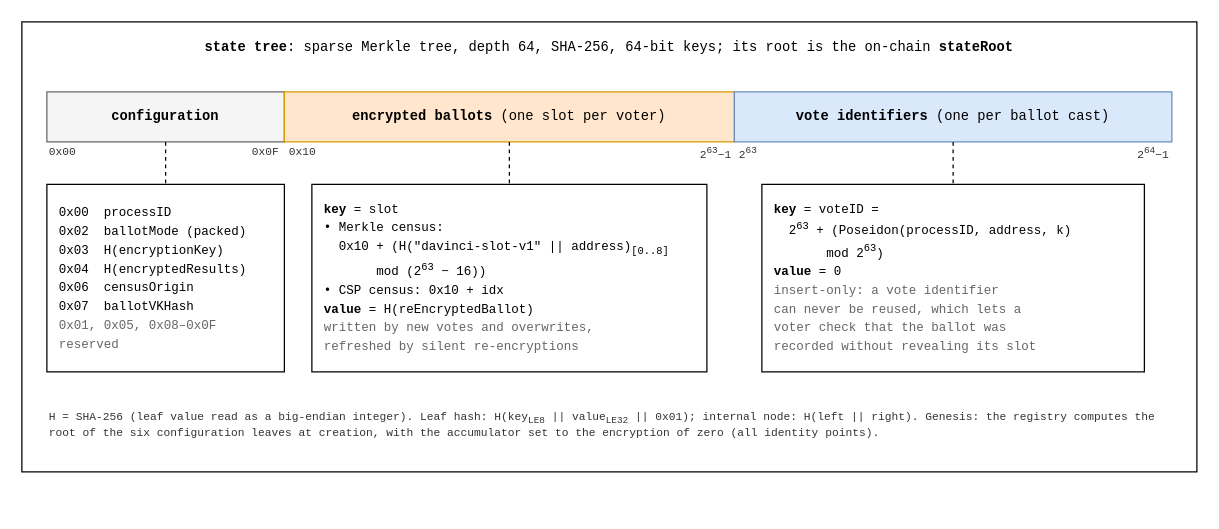
This is v2/figures/state-tree.drawio from vocdoni/davinci-paper, a draw.io file, before an edit. Source tidied: cells renumbered, new cells numbered last; positions are measured from the earlier drawing's top-left corner, leaving out a move shared by most shapes. Both pictures are drawn from the tidied source at 125%, with x=0, y=0 at pixel (21, 21).
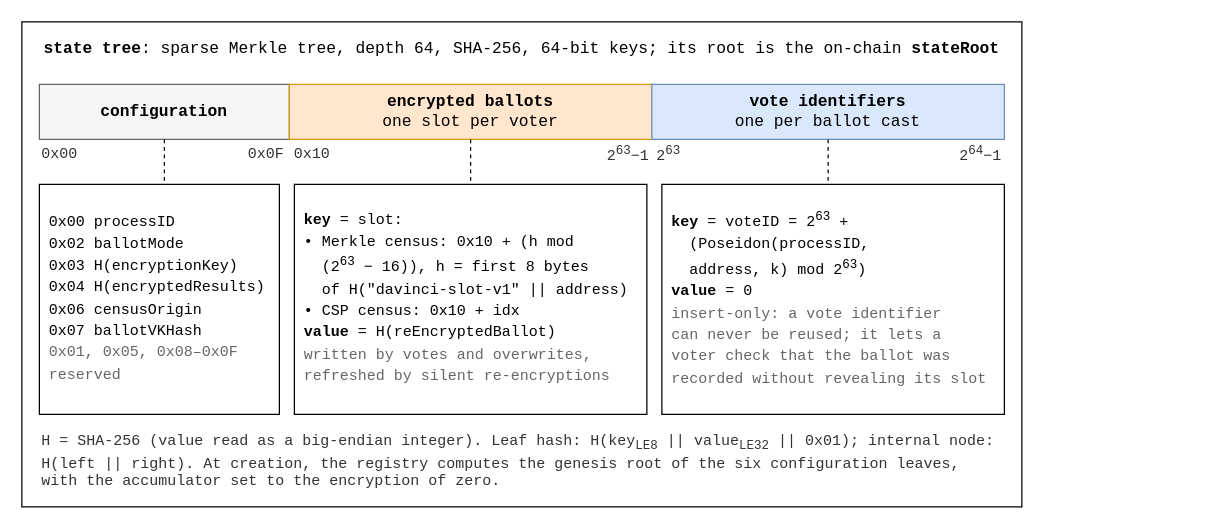
Above is the later version.

Change to the diagram source:
```diff
@@
 <mxGraphModel>
   <root>
     <mxCell id="0" />
     <mxCell id="1" parent="0" />
+    <mxCell id="19" style="rounded=0;whiteSpace=wrap;html=1;fontSize=11;fillColor=none;strokeColor=#000000;fontFamily=Courier New;verticalAlign=top;align=center;spacingTop=4;spacingLeft=6;fontStyle=1;" parent="1" vertex="1">
+      <mxGeometry width="800" height="388" as="geometry" />
+    </mxCell>
-    <mxCell id="2" style="rounded=0;whiteSpace=wrap;html=1;fontSize=11;fillColor=none;strokeColor=#000000;fontFamily=Courier New;verticalAlign=top;align=center;spacingTop=4;spacingLeft=6;fontStyle=1;" parent="1" vertex="1">
-      <mxGeometry width="940" height="360" as="geometry" />
+    <mxCell id="2" value="&lt;b&gt;state tree&lt;/b&gt;: sparse Merkle tree, depth 64, SHA-256, 64-bit keys; its root is the on-chain &lt;b&gt;stateRoot&lt;/b&gt;" style="text;html=1;whiteSpace=wrap;fontSize=13;fontFamily=Courier New;align=center;verticalAlign=middle;fontColor=#000000;" parent="1" vertex="1">
+      <mxGeometry x="14" y="8" width="772" height="26" as="geometry" />
     </mxCell>
-    <mxCell id="3" value="&lt;b&gt;state tree&lt;/b&gt;: sparse Merkle tree, depth 64, SHA-256, 64-bit keys; its root is the on-chain &lt;b&gt;stateRoot&lt;/b&gt;" style="text;html=1;whiteSpace=wrap;fontSize=11;fontFamily=Courier New;align=center;verticalAlign=middle;fontColor=#000000;" parent="1" vertex="1">
-      <mxGeometry x="20" y="10" width="900" height="22" as="geometry" />
+    <mxCell id="3" value="&lt;b&gt;configuration&lt;/b&gt;" style="rounded=0;whiteSpace=wrap;html=1;fontSize=13;fillColor=#f5f5f5;strokeColor=#666666;fontFamily=Courier New;align=center;verticalAlign=middle;" parent="1" vertex="1">
+      <mxGeometry x="14" y="50" width="200" height="44" as="geometry" />
     </mxCell>
-    <mxCell id="4" value="&lt;b&gt;configuration&lt;/b&gt;" style="rounded=0;whiteSpace=wrap;html=1;fontSize=11;fillColor=#f5f5f5;strokeColor=#666666;fontFamily=Courier New;align=center;verticalAlign=middle;" parent="1" vertex="1">
-      <mxGeometry x="20" y="56" width="190" height="40" as="geometry" />
+    <mxCell id="4" value="&lt;b&gt;encrypted ballots&lt;/b&gt;&lt;br&gt;one slot per voter" style="rounded=0;whiteSpace=wrap;html=1;fontSize=13;fillColor=#ffe6cc;strokeColor=#d79b00;fontFamily=Courier New;align=center;verticalAlign=middle;" parent="1" vertex="1">
+      <mxGeometry x="214" y="50" width="290" height="44" as="geometry" />
     </mxCell>
-    <mxCell id="5" value="&lt;b&gt;encrypted ballots&lt;/b&gt; (one slot per voter)" style="rounded=0;whiteSpace=wrap;html=1;fontSize=11;fillColor=#ffe6cc;strokeColor=#d79b00;fontFamily=Courier New;align=center;verticalAlign=middle;" parent="1" vertex="1">
-      <mxGeometry x="210" y="56" width="360" height="40" as="geometry" />
+    <mxCell id="5" value="&lt;b&gt;vote identifiers&lt;/b&gt;&lt;br&gt;one per ballot cast" style="rounded=0;whiteSpace=wrap;html=1;fontSize=13;fillColor=#dae8fc;strokeColor=#6c8ebf;fontFamily=Courier New;align=center;verticalAlign=middle;" parent="1" vertex="1">
+      <mxGeometry x="504" y="50" width="282" height="44" as="geometry" />
     </mxCell>
-    <mxCell id="6" value="&lt;b&gt;vote identifiers&lt;/b&gt; (one per ballot cast)" style="rounded=0;whiteSpace=wrap;html=1;fontSize=11;fillColor=#dae8fc;strokeColor=#6c8ebf;fontFamily=Courier New;align=center;verticalAlign=middle;" parent="1" vertex="1">
-      <mxGeometry x="570" y="56" width="350" height="40" as="geometry" />
+    <mxCell id="6" value="0x00" style="text;html=1;whiteSpace=wrap;fontSize=12;fontFamily=Courier New;align=left;verticalAlign=middle;fontColor=#333333;" parent="1" vertex="1">
+      <mxGeometry x="14" y="96" width="100" height="20" as="geometry" />
     </mxCell>
-    <mxCell id="7" value="0x00" style="text;html=1;whiteSpace=wrap;fontSize=9;fontFamily=Courier New;align=left;verticalAlign=middle;fontColor=#333333;" parent="1" vertex="1">
-      <mxGeometry x="20" y="96" width="100" height="18" as="geometry" />
+    <mxCell id="7" value="0x0F" style="text;html=1;whiteSpace=wrap;fontSize=12;fontFamily=Courier New;align=right;verticalAlign=middle;fontColor=#333333;" parent="1" vertex="1">
+      <mxGeometry x="112" y="96" width="100" height="20" as="geometry" />
     </mxCell>
-    <mxCell id="8" value="0x0F" style="text;html=1;whiteSpace=wrap;fontSize=9;fontFamily=Courier New;align=right;verticalAlign=middle;fontColor=#333333;" parent="1" vertex="1">
-      <mxGeometry x="108" y="96" width="100" height="18" as="geometry" />
+    <mxCell id="8" value="0x10" style="text;html=1;whiteSpace=wrap;fontSize=12;fontFamily=Courier New;align=left;verticalAlign=middle;fontColor=#333333;" parent="1" vertex="1">
+      <mxGeometry x="216" y="96" width="100" height="20" as="geometry" />
     </mxCell>
-    <mxCell id="9" value="0x10" style="text;html=1;whiteSpace=wrap;fontSize=9;fontFamily=Courier New;align=left;verticalAlign=middle;fontColor=#333333;" parent="1" vertex="1">
-      <mxGeometry x="212" y="96" width="100" height="18" as="geometry" />
+    <mxCell id="9" value="2&lt;sup&gt;63&lt;/sup&gt;&amp;minus;1" style="text;html=1;whiteSpace=wrap;fontSize=12;fontFamily=Courier New;align=right;verticalAlign=middle;fontColor=#333333;" parent="1" vertex="1">
+      <mxGeometry x="404" y="96" width="100" height="20" as="geometry" />
     </mxCell>
-    <mxCell id="10" value="2&lt;sup&gt;63&lt;/sup&gt;&amp;minus;1" style="text;html=1;whiteSpace=wrap;fontSize=9;fontFamily=Courier New;align=right;verticalAlign=middle;fontColor=#333333;" parent="1" vertex="1">
-      <mxGeometry x="470" y="96" width="100" height="18" as="geometry" />
+    <mxCell id="10" value="2&lt;sup&gt;63&lt;/sup&gt;" style="text;html=1;whiteSpace=wrap;fontSize=12;fontFamily=Courier New;align=left;verticalAlign=middle;fontColor=#333333;" parent="1" vertex="1">
+      <mxGeometry x="506" y="96" width="100" height="20" as="geometry" />
     </mxCell>
-    <mxCell id="11" value="2&lt;sup&gt;63&lt;/sup&gt;" style="text;html=1;whiteSpace=wrap;fontSize=9;fontFamily=Courier New;align=left;verticalAlign=middle;fontColor=#333333;" parent="1" vertex="1">
-      <mxGeometry x="572" y="96" width="100" height="18" as="geometry" />
+    <mxCell id="11" value="2&lt;sup&gt;64&lt;/sup&gt;&amp;minus;1" style="text;html=1;whiteSpace=wrap;fontSize=12;fontFamily=Courier New;align=right;verticalAlign=middle;fontColor=#333333;" parent="1" vertex="1">
+      <mxGeometry x="686" y="96" width="100" height="20" as="geometry" />
     </mxCell>
-    <mxCell id="12" value="2&lt;sup&gt;64&lt;/sup&gt;&amp;minus;1" style="text;html=1;whiteSpace=wrap;fontSize=9;fontFamily=Courier New;align=right;verticalAlign=middle;fontColor=#333333;" parent="1" vertex="1">
-      <mxGeometry x="820" y="96" width="100" height="18" as="geometry" />
+    <mxCell id="12" value="&lt;div style='text-align:left;font-size:12px;line-height:1.45'&gt;0x00 processID&lt;br&gt;0x02 ballotMode&lt;br&gt;0x03 H(encryptionKey)&lt;br&gt;0x04 H(encryptedResults)&lt;br&gt;0x06 censusOrigin&lt;br&gt;0x07 ballotVKHash&lt;br&gt;&lt;font color='#666666'&gt;0x01, 0x05, 0x08&amp;ndash;0x0F&lt;br&gt;reserved&lt;/font&gt;&lt;/div&gt;" style="rounded=0;whiteSpace=wrap;html=1;fontSize=12;fillColor=#ffffff;strokeColor=#000000;fontFamily=Courier New;align=left;verticalAlign=middle;spacingLeft=6;" parent="1" vertex="1">
+      <mxGeometry x="14" y="130" width="192" height="184" as="geometry" />
     </mxCell>
-    <mxCell id="13" value="&lt;div style='text-align:left;font-size:10px;line-height:1.5'&gt;0x00 &amp;nbsp;processID&lt;br&gt;0x02 &amp;nbsp;ballotMode (packed)&lt;br&gt;0x03 &amp;nbsp;H(encryptionKey)&lt;br&gt;0x04 &amp;nbsp;H(encryptedResults)&lt;br&gt;0x06 &amp;nbsp;censusOrigin&lt;br&gt;0x07 &amp;nbsp;ballotVKHash&lt;br&gt;&lt;font color='#666666'&gt;0x01, 0x05, 0x08&amp;ndash;0x0F&lt;br&gt;reserved&lt;/font&gt;&lt;/div&gt;" style="rounded=0;whiteSpace=wrap;html=1;fontSize=10;fillColor=#ffffff;strokeColor=#000000;fontFamily=Courier New;align=left;verticalAlign=middle;spacingLeft=8;" parent="1" vertex="1">
-      <mxGeometry x="20" y="130" width="190" height="150" as="geometry" />
+    <mxCell id="13" value="&lt;div style='text-align:left;font-size:12px;line-height:1.45'&gt;&lt;b&gt;key&lt;/b&gt; = slot:&lt;br&gt;&amp;bull; Merkle census: 0x10 + (h mod&lt;br&gt;&amp;nbsp;&amp;nbsp;(2&lt;sup&gt;63&lt;/sup&gt; &amp;minus; 16)), h = first 8 bytes&lt;br&gt;&amp;nbsp;&amp;nbsp;of H(&amp;quot;davinci-slot-v1&amp;quot; || address)&lt;br&gt;&amp;bull; CSP census: 0x10 + idx&lt;br&gt;&lt;b&gt;value&lt;/b&gt; = H(reEncryptedBallot)&lt;br&gt;&lt;font color='#666666'&gt;written by votes and overwrites,&lt;br&gt;refreshed by silent re-encryptions&lt;/font&gt;&lt;/div&gt;" style="rounded=0;whiteSpace=wrap;html=1;fontSize=12;fillColor=#ffffff;strokeColor=#000000;fontFamily=Courier New;align=left;verticalAlign=middle;spacingLeft=6;" parent="1" vertex="1">
+      <mxGeometry x="218" y="130" width="282" height="184" as="geometry" />
     </mxCell>
-    <mxCell id="14" value="&lt;div style='text-align:left;font-size:10px;line-height:1.5'&gt;&lt;b&gt;key&lt;/b&gt; = slot&lt;br&gt;&amp;bull; Merkle census:&lt;br&gt;&amp;nbsp;&amp;nbsp;0x10 + (H(&amp;quot;davinci-slot-v1&amp;quot; || address)&lt;sub&gt;[0..8]&lt;/sub&gt;&lt;br&gt;&amp;nbsp;&amp;nbsp;&amp;nbsp;&amp;nbsp;&amp;nbsp;&amp;nbsp;&amp;nbsp;mod (2&lt;sup&gt;63&lt;/sup&gt; &amp;minus; 16))&lt;br&gt;&amp;bull; CSP census: 0x10 + idx&lt;br&gt;&lt;b&gt;value&lt;/b&gt; = H(reEncryptedBallot)&lt;br&gt;&lt;font color='#666666'&gt;written by new votes and overwrites,&lt;br&gt;refreshed by silent re-encryptions&lt;/font&gt;&lt;/div&gt;" style="rounded=0;whiteSpace=wrap;html=1;fontSize=10;fillColor=#ffffff;strokeColor=#000000;fontFamily=Courier New;align=left;verticalAlign=middle;spacingLeft=8;" parent="1" vertex="1">
-      <mxGeometry x="232" y="130" width="316" height="150" as="geometry" />
+    <mxCell id="14" value="&lt;div style='text-align:left;font-size:12px;line-height:1.45'&gt;&lt;b&gt;key&lt;/b&gt; = voteID = 2&lt;sup&gt;63&lt;/sup&gt; +&lt;br&gt;&amp;nbsp;&amp;nbsp;(Poseidon(processID,&lt;br&gt;&amp;nbsp;&amp;nbsp;address, k) mod 2&lt;sup&gt;63&lt;/sup&gt;)&lt;br&gt;&lt;b&gt;value&lt;/b&gt; = 0&lt;br&gt;&lt;font color='#666666'&gt;insert-only: a vote identifier&lt;br&gt;can never be reused; it lets a&lt;br&gt;voter check that the ballot was&lt;br&gt;recorded without revealing its slot&lt;/font&gt;&lt;/div&gt;" style="rounded=0;whiteSpace=wrap;html=1;fontSize=12;fillColor=#ffffff;strokeColor=#000000;fontFamily=Courier New;align=left;verticalAlign=middle;spacingLeft=6;" parent="1" vertex="1">
+      <mxGeometry x="512" y="130" width="274" height="184" as="geometry" />
     </mxCell>
-    <mxCell id="15" value="&lt;div style='text-align:left;font-size:10px;line-height:1.5'&gt;&lt;b&gt;key&lt;/b&gt; = voteID =&lt;br&gt;&amp;nbsp;&amp;nbsp;2&lt;sup&gt;63&lt;/sup&gt; + (Poseidon(processID, address, k)&lt;br&gt;&amp;nbsp;&amp;nbsp;&amp;nbsp;&amp;nbsp;&amp;nbsp;&amp;nbsp;&amp;nbsp;mod 2&lt;sup&gt;63&lt;/sup&gt;)&lt;br&gt;&lt;b&gt;value&lt;/b&gt; = 0&lt;br&gt;&lt;font color='#666666'&gt;insert-only: a vote identifier&lt;br&gt;can never be reused, which lets a&lt;br&gt;voter check that the ballot was&lt;br&gt;recorded without revealing its slot&lt;/font&gt;&lt;/div&gt;" style="rounded=0;whiteSpace=wrap;html=1;fontSize=10;fillColor=#ffffff;strokeColor=#000000;fontFamily=Courier New;align=left;verticalAlign=middle;spacingLeft=8;" parent="1" vertex="1">
-      <mxGeometry x="592" y="130" width="306" height="150" as="geometry" />
+    <mxCell id="15" style="edgeStyle=orthogonalEdgeStyle;rounded=0;html=1;endArrow=none;startArrow=none;endSize=6;startSize=6;fontSize=10;fontFamily=Courier New;strokeColor=#000000;strokeWidth=1;dashed=1;labelBackgroundColor=#ffffff;exitX=0.5;exitY=1;exitDx=0;exitDy=0;entryX=0.5208333333333334;entryY=0;entryDx=0;entryDy=0;" parent="1" edge="1" source="3" target="12">
+      <mxGeometry relative="1" as="geometry" />
     </mxCell>
     <mxCell id="16" style="edgeStyle=orthogonalEdgeStyle;rounded=0;html=1;endArrow=none;startArrow=none;endSize=6;startSize=6;fontSize=10;fontFamily=Courier New;strokeColor=#000000;strokeWidth=1;dashed=1;labelBackgroundColor=#ffffff;exitX=0.5;exitY=1;exitDx=0;exitDy=0;entryX=0.5;entryY=0;entryDx=0;entryDy=0;" parent="1" edge="1" source="4" target="13">
       <mxGeometry relative="1" as="geometry" />
     </mxCell>
-    <mxCell id="17" style="edgeStyle=orthogonalEdgeStyle;rounded=0;html=1;endArrow=none;startArrow=none;endSize=6;startSize=6;fontSize=10;fontFamily=Courier New;strokeColor=#000000;strokeWidth=1;dashed=1;labelBackgroundColor=#ffffff;exitX=0.5;exitY=1;exitDx=0;exitDy=0;entryX=0.5;entryY=0;entryDx=0;entryDy=0;" parent="1" edge="1" source="5" target="14">
+    <mxCell id="17" style="edgeStyle=orthogonalEdgeStyle;rounded=0;html=1;endArrow=none;startArrow=none;endSize=6;startSize=6;fontSize=10;fontFamily=Courier New;strokeColor=#000000;strokeWidth=1;dashed=1;labelBackgroundColor=#ffffff;exitX=0.5;exitY=1;exitDx=0;exitDy=0;entryX=0.4854014598540146;entryY=0;entryDx=0;entryDy=0;" parent="1" edge="1" source="5" target="14">
       <mxGeometry relative="1" as="geometry" />
     </mxCell>
-    <mxCell id="18" style="edgeStyle=orthogonalEdgeStyle;rounded=0;html=1;endArrow=none;startArrow=none;endSize=6;startSize=6;fontSize=10;fontFamily=Courier New;strokeColor=#000000;strokeWidth=1;dashed=1;labelBackgroundColor=#ffffff;exitX=0.5;exitY=1;exitDx=0;exitDy=0;entryX=0.5;entryY=0;entryDx=0;entryDy=0;" parent="1" edge="1" source="6" target="15">
-      <mxGeometry relative="1" as="geometry" />
+    <mxCell id="18" value="H = SHA-256 (value read as a big-endian integer). Leaf hash: H(key&lt;sub&gt;LE8&lt;/sub&gt; || value&lt;sub&gt;LE32&lt;/sub&gt; || 0x01); internal node: H(left || right). At creation, the registry computes the genesis root of the six configuration leaves, with the accumulator set to the encryption of zero." style="text;html=1;whiteSpace=wrap;fontSize=12;fontFamily=Courier New;align=left;verticalAlign=middle;fontColor=#333333;" parent="1" vertex="1">
+      <mxGeometry x="14" y="324" width="772" height="56" as="geometry" />
     </mxCell>
-    <mxCell id="19" value="H = SHA-256 (leaf value read as a big-endian integer). Leaf hash: H(key&lt;sub&gt;LE8&lt;/sub&gt; || value&lt;sub&gt;LE32&lt;/sub&gt; || 0x01); internal node: H(left || right). Genesis: the registry computes the root of the six configuration leaves at creation, with the accumulator set to the encryption of zero (all identity points)." style="text;html=1;whiteSpace=wrap;fontSize=9;fontFamily=Courier New;align=left;verticalAlign=middle;fontColor=#333333;" parent="1" vertex="1">
-      <mxGeometry x="20" y="296" width="900" height="54" as="geometry" />
-    </mxCell>
   </root>
 </mxGraphModel>
```
